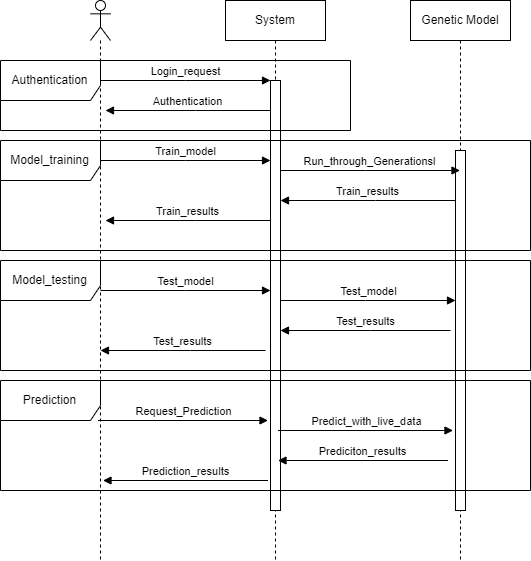
The draw.io diagram sequence.png in MGShahbazJahan/forex-genetic, before a commit. Source tidied: cells renumbered, new cells last; positions are measured from the earlier drawing's top-left corner, leaving out a move shared by most shapes.
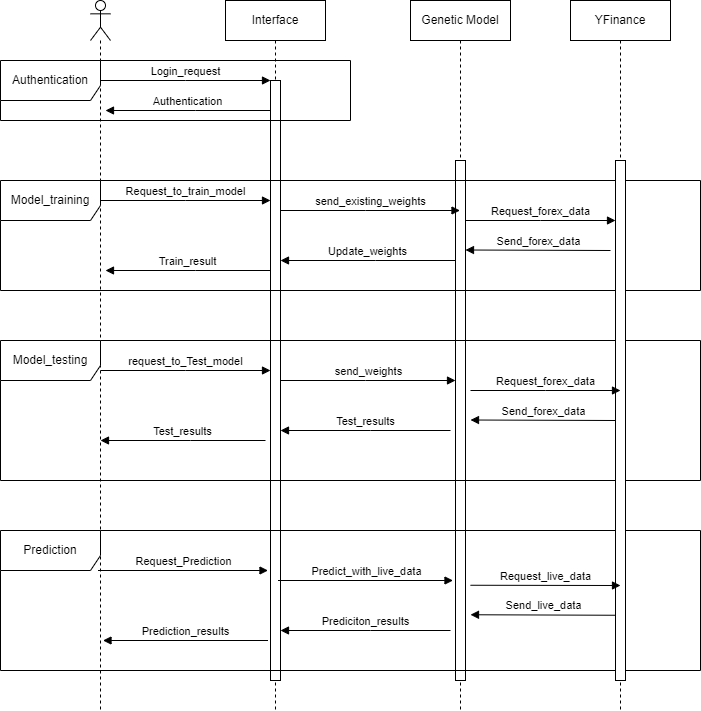
Later version of the same file.

Change to the diagram source:
```diff
@@ -2,11 +2,11 @@
   <root>
     <mxCell id="0" />
     <mxCell id="1" parent="0" />
-    <mxCell id="2" value="System" style="shape=umlLifeline;perimeter=lifelinePerimeter;whiteSpace=wrap;html=1;newEdgeStyle={&quot;edgeStyle&quot;:&quot;elbowEdgeStyle&quot;,&quot;elbow&quot;:&quot;vertical&quot;,&quot;curved&quot;:0,&quot;rounded&quot;:0};" parent="1" vertex="1">
-      <mxGeometry x="225" width="100" height="560" as="geometry" />
+    <mxCell id="2" value="Interface" style="shape=umlLifeline;perimeter=lifelinePerimeter;whiteSpace=wrap;html=1;newEdgeStyle={&quot;edgeStyle&quot;:&quot;elbowEdgeStyle&quot;,&quot;elbow&quot;:&quot;vertical&quot;,&quot;curved&quot;:0,&quot;rounded&quot;:0};" parent="1" vertex="1">
+      <mxGeometry x="225" width="100" height="710" as="geometry" />
     </mxCell>
     <mxCell id="3" style="html=1;points=[];perimeter=orthogonalPerimeter;outlineConnect=0;targetShapes=umlLifeline;portConstraint=eastwest;newEdgeStyle={&quot;edgeStyle&quot;:&quot;elbowEdgeStyle&quot;,&quot;elbow&quot;:&quot;vertical&quot;,&quot;curved&quot;:0,&quot;rounded&quot;:0};" parent="2" vertex="1">
-      <mxGeometry x="45" y="80" width="10" height="430" as="geometry" />
+      <mxGeometry x="45" y="80" width="10" height="600" as="geometry" />
     </mxCell>
     <mxCell id="4" value="Login_request" style="html=1;verticalAlign=bottom;endArrow=block;edgeStyle=elbowEdgeStyle;elbow=vertical;curved=0;rounded=0;" parent="1" edge="1" target="3">
       <mxGeometry relative="1" as="geometry">
@@ -26,130 +26,183 @@
       </mxGeometry>
     </mxCell>
     <mxCell id="6" value="Genetic Model" style="shape=umlLifeline;perimeter=lifelinePerimeter;whiteSpace=wrap;html=1;outlineConnect=0;portConstraint=eastwest;newEdgeStyle={&quot;edgeStyle&quot;:&quot;elbowEdgeStyle&quot;,&quot;elbow&quot;:&quot;vertical&quot;,&quot;curved&quot;:0,&quot;rounded&quot;:0};" parent="1" vertex="1">
-      <mxGeometry x="410" width="100" height="560" as="geometry" />
+      <mxGeometry x="410" width="100" height="710" as="geometry" />
     </mxCell>
     <mxCell id="7" style="html=1;points=[];perimeter=orthogonalPerimeter;outlineConnect=0;targetShapes=umlLifeline;portConstraint=eastwest;newEdgeStyle={&quot;edgeStyle&quot;:&quot;elbowEdgeStyle&quot;,&quot;elbow&quot;:&quot;vertical&quot;,&quot;curved&quot;:0,&quot;rounded&quot;:0};" parent="6" vertex="1">
-      <mxGeometry x="45" y="150" width="10" height="360" as="geometry" />
+      <mxGeometry x="45" y="160" width="10" height="520" as="geometry" />
     </mxCell>
     <mxCell id="8" style="shape=umlLifeline;perimeter=lifelinePerimeter;whiteSpace=wrap;html=1;newEdgeStyle={&quot;curved&quot;:0,&quot;rounded&quot;:0};participant=umlActor;" parent="1" vertex="1">
-      <mxGeometry x="90" width="20" height="560" as="geometry" />
+      <mxGeometry x="90" width="20" height="710" as="geometry" />
     </mxCell>
-    <mxCell id="9" value="Train_model" style="html=1;verticalAlign=bottom;endArrow=block;edgeStyle=elbowEdgeStyle;elbow=vertical;curved=0;rounded=0;" parent="1" edge="1">
+    <mxCell id="9" value="Request_to_train_model" style="html=1;verticalAlign=bottom;endArrow=block;edgeStyle=elbowEdgeStyle;elbow=vertical;curved=0;rounded=0;" parent="1" edge="1">
       <mxGeometry relative="1" as="geometry">
-        <mxPoint x="100" y="160" as="sourcePoint" />
-        <mxPoint x="270" y="160" as="targetPoint" />
+        <mxPoint x="100" y="200" as="sourcePoint" />
+        <mxPoint x="270" y="200" as="targetPoint" />
         <Array as="points">
-          <mxPoint x="185" y="160" />
+          <mxPoint x="185" y="200" />
         </Array>
       </mxGeometry>
     </mxCell>
-    <mxCell id="10" value="Train_results" style="html=1;verticalAlign=bottom;endArrow=block;edgeStyle=elbowEdgeStyle;elbow=horizontal;curved=0;rounded=0;" parent="1" edge="1">
+    <mxCell id="10" value="Train_result" style="html=1;verticalAlign=bottom;endArrow=block;edgeStyle=elbowEdgeStyle;elbow=horizontal;curved=0;rounded=0;" parent="1" edge="1">
       <mxGeometry relative="1" as="geometry">
-        <mxPoint x="270" y="220" as="sourcePoint" />
-        <mxPoint x="105" y="220" as="targetPoint" />
+        <mxPoint x="270" y="270" as="sourcePoint" />
+        <mxPoint x="105" y="270" as="targetPoint" />
         <Array as="points">
-          <mxPoint x="195" y="220" />
+          <mxPoint x="195" y="270" />
         </Array>
       </mxGeometry>
     </mxCell>
-    <mxCell id="11" value="Run_through_Generationsl" style="html=1;verticalAlign=bottom;endArrow=block;edgeStyle=elbowEdgeStyle;elbow=vertical;curved=0;rounded=0;" parent="1" edge="1" target="6">
+    <mxCell id="11" value="send_existing_weights" style="html=1;verticalAlign=bottom;endArrow=block;edgeStyle=elbowEdgeStyle;elbow=vertical;curved=0;rounded=0;" parent="1" edge="1">
       <mxGeometry relative="1" as="geometry">
-        <mxPoint x="280" y="170" as="sourcePoint" />
+        <mxPoint x="280" y="210" as="sourcePoint" />
+        <mxPoint x="459.5" y="210" as="targetPoint" />
         <Array as="points">
-          <mxPoint x="365" y="170" />
+          <mxPoint x="365" y="210" />
         </Array>
       </mxGeometry>
     </mxCell>
-    <mxCell id="12" value="Train_results" style="html=1;verticalAlign=bottom;endArrow=block;edgeStyle=elbowEdgeStyle;elbow=vertical;curved=0;rounded=0;" parent="1" edge="1" source="7" target="3">
+    <mxCell id="12" value="Update_weights" style="html=1;verticalAlign=bottom;endArrow=block;edgeStyle=elbowEdgeStyle;elbow=vertical;curved=0;rounded=0;" parent="1" edge="1">
       <mxGeometry relative="1" as="geometry">
+        <mxPoint x="455" y="260" as="sourcePoint" />
+        <mxPoint x="280" y="260" as="targetPoint" />
         <Array as="points">
-          <mxPoint x="375" y="200" />
+          <mxPoint x="375" y="260" />
         </Array>
       </mxGeometry>
     </mxCell>
-    <mxCell id="13" value="Test_model" style="html=1;verticalAlign=bottom;endArrow=block;edgeStyle=elbowEdgeStyle;elbow=vertical;curved=0;rounded=0;" parent="1" edge="1">
+    <mxCell id="13" value="request_to_Test_model" style="html=1;verticalAlign=bottom;endArrow=block;edgeStyle=elbowEdgeStyle;elbow=vertical;curved=0;rounded=0;" parent="1" edge="1">
       <mxGeometry relative="1" as="geometry">
-        <mxPoint x="100" y="290" as="sourcePoint" />
-        <mxPoint x="270" y="290" as="targetPoint" />
+        <mxPoint x="100" y="370" as="sourcePoint" />
+        <mxPoint x="270" y="370" as="targetPoint" />
         <Array as="points">
-          <mxPoint x="185" y="290" />
+          <mxPoint x="185" y="370" />
         </Array>
       </mxGeometry>
     </mxCell>
     <mxCell id="14" value="Test_results" style="html=1;verticalAlign=bottom;endArrow=block;edgeStyle=elbowEdgeStyle;elbow=horizontal;curved=0;rounded=0;" parent="1" edge="1">
       <mxGeometry relative="1" as="geometry">
-        <mxPoint x="265" y="350" as="sourcePoint" />
-        <mxPoint x="100" y="350" as="targetPoint" />
+        <mxPoint x="265" y="440" as="sourcePoint" />
+        <mxPoint x="100" y="440" as="targetPoint" />
         <Array as="points">
-          <mxPoint x="190" y="350" />
+          <mxPoint x="190" y="440" />
         </Array>
       </mxGeometry>
     </mxCell>
-    <mxCell id="15" value="Test_model" style="html=1;verticalAlign=bottom;endArrow=block;edgeStyle=elbowEdgeStyle;elbow=vertical;curved=0;rounded=0;" parent="1" edge="1">
+    <mxCell id="15" value="send_weights" style="html=1;verticalAlign=bottom;endArrow=block;edgeStyle=elbowEdgeStyle;elbow=horizontal;curved=0;rounded=0;" parent="1" edge="1">
       <mxGeometry relative="1" as="geometry">
-        <mxPoint x="280" y="300" as="sourcePoint" />
-        <mxPoint x="455" y="300" as="targetPoint" />
+        <mxPoint x="280" y="380" as="sourcePoint" />
+        <mxPoint x="455" y="380" as="targetPoint" />
         <Array as="points">
-          <mxPoint x="365" y="300" />
+          <mxPoint x="365" y="380" />
         </Array>
       </mxGeometry>
     </mxCell>
     <mxCell id="16" value="Test_results" style="html=1;verticalAlign=bottom;endArrow=block;edgeStyle=elbowEdgeStyle;elbow=horizontal;curved=0;rounded=0;" parent="1" edge="1">
       <mxGeometry relative="1" as="geometry">
-        <mxPoint x="450" y="330" as="sourcePoint" />
-        <mxPoint x="280" y="330" as="targetPoint" />
+        <mxPoint x="450" y="430" as="sourcePoint" />
+        <mxPoint x="280" y="430" as="targetPoint" />
         <Array as="points">
-          <mxPoint x="370" y="330" />
+          <mxPoint x="370" y="430" />
         </Array>
       </mxGeometry>
     </mxCell>
     <mxCell id="17" value="Request_Prediction" style="html=1;verticalAlign=bottom;endArrow=block;edgeStyle=elbowEdgeStyle;elbow=vertical;curved=0;rounded=0;" parent="1" edge="1">
       <mxGeometry relative="1" as="geometry">
-        <mxPoint x="97.5" y="420" as="sourcePoint" />
-        <mxPoint x="267.5" y="420" as="targetPoint" />
+        <mxPoint x="97.5" y="570" as="sourcePoint" />
+        <mxPoint x="267.5" y="570" as="targetPoint" />
         <Array as="points">
-          <mxPoint x="182.5" y="420" />
+          <mxPoint x="182.5" y="570" />
         </Array>
       </mxGeometry>
     </mxCell>
     <mxCell id="18" value="Prediction_results" style="html=1;verticalAlign=bottom;endArrow=block;edgeStyle=elbowEdgeStyle;elbow=horizontal;curved=0;rounded=0;" parent="1" edge="1">
       <mxGeometry relative="1" as="geometry">
-        <mxPoint x="267.5" y="480" as="sourcePoint" />
-        <mxPoint x="102.5" y="480" as="targetPoint" />
+        <mxPoint x="267.5" y="640" as="sourcePoint" />
+        <mxPoint x="102.5" y="640" as="targetPoint" />
         <Array as="points">
-          <mxPoint x="192.5" y="480" />
+          <mxPoint x="192.5" y="640" />
         </Array>
       </mxGeometry>
     </mxCell>
     <mxCell id="19" value="Predict_with_live_data" style="html=1;verticalAlign=bottom;endArrow=block;edgeStyle=elbowEdgeStyle;elbow=horizontal;curved=0;rounded=0;" parent="1" edge="1">
       <mxGeometry relative="1" as="geometry">
-        <mxPoint x="277.5" y="430" as="sourcePoint" />
-        <mxPoint x="452.5" y="430" as="targetPoint" />
+        <mxPoint x="277.5" y="580" as="sourcePoint" />
+        <mxPoint x="452.5" y="580" as="targetPoint" />
         <Array as="points">
-          <mxPoint x="362.5" y="430" />
+          <mxPoint x="362.5" y="580" />
         </Array>
       </mxGeometry>
     </mxCell>
     <mxCell id="20" value="Prediciton_results" style="html=1;verticalAlign=bottom;endArrow=block;edgeStyle=elbowEdgeStyle;elbow=vertical;curved=0;rounded=0;" parent="1" edge="1">
       <mxGeometry relative="1" as="geometry">
-        <mxPoint x="447.5" y="460" as="sourcePoint" />
-        <mxPoint x="277.5" y="460" as="targetPoint" />
+        <mxPoint x="450" y="630" as="sourcePoint" />
+        <mxPoint x="280" y="630" as="targetPoint" />
         <Array as="points">
-          <mxPoint x="367.5" y="460" />
+          <mxPoint x="370" y="630" />
         </Array>
       </mxGeometry>
     </mxCell>
     <mxCell id="21" value="Authentication" style="shape=umlFrame;whiteSpace=wrap;html=1;width=100;height=40;" parent="1" vertex="1">
-      <mxGeometry y="60" width="350" height="70" as="geometry" />
+      <mxGeometry y="60" width="350" height="60" as="geometry" />
     </mxCell>
     <mxCell id="22" value="Model_training" style="shape=umlFrame;whiteSpace=wrap;html=1;width=100;height=40;" parent="1" vertex="1">
-      <mxGeometry y="140" width="530" height="110" as="geometry" />
+      <mxGeometry y="180" width="700" height="110" as="geometry" />
     </mxCell>
     <mxCell id="23" value="Prediction" style="shape=umlFrame;whiteSpace=wrap;html=1;width=100;height=40;" parent="1" vertex="1">
-      <mxGeometry y="380" width="530" height="110" as="geometry" />
+      <mxGeometry y="530" width="700" height="140" as="geometry" />
     </mxCell>
     <mxCell id="24" value="Model_testing" style="shape=umlFrame;whiteSpace=wrap;html=1;width=100;height=40;" parent="1" vertex="1">
-      <mxGeometry y="260" width="530" height="110" as="geometry" />
+      <mxGeometry y="340" width="700" height="140" as="geometry" />
     </mxCell>
+    <mxCell id="25" value="YFinance" style="shape=umlLifeline;perimeter=lifelinePerimeter;whiteSpace=wrap;html=1;newEdgeStyle={&quot;edgeStyle&quot;:&quot;elbowEdgeStyle&quot;,&quot;elbow&quot;:&quot;vertical&quot;,&quot;curved&quot;:0,&quot;rounded&quot;:0};" parent="1" vertex="1">
+      <mxGeometry x="570" width="100" height="710" as="geometry" />
+    </mxCell>
+    <mxCell id="26" style="html=1;perimeter=orthogonalPerimeter;targetShapes=umlLifeline;newEdgeStyle={&quot;edgeStyle&quot;:&quot;elbowEdgeStyle&quot;,&quot;elbow&quot;:&quot;vertical&quot;,&quot;curved&quot;:0,&quot;rounded&quot;:0};" parent="25" vertex="1">
+      <mxGeometry x="45" y="160" width="10" height="520" as="geometry" />
+    </mxCell>
+    <mxCell id="27" value="Request_forex_data" style="html=1;verticalAlign=bottom;endArrow=block;edgeStyle=elbowEdgeStyle;elbow=vertical;curved=0;rounded=0;" parent="1" edge="1">
+      <mxGeometry relative="1" as="geometry">
+        <mxPoint x="465" y="220" as="sourcePoint" />
+        <mxPoint x="615" y="220" as="targetPoint" />
+      </mxGeometry>
+    </mxCell>
+    <mxCell id="28" value="Send_forex_data" style="html=1;verticalAlign=bottom;endArrow=block;edgeStyle=elbowEdgeStyle;elbow=vertical;curved=0;rounded=0;" parent="1" edge="1" target="7">
+      <mxGeometry relative="1" as="geometry">
+        <mxPoint x="610" y="250" as="sourcePoint" />
+        <Array as="points">
+          <mxPoint x="565" y="249.5" />
+        </Array>
+      </mxGeometry>
+    </mxCell>
+    <mxCell id="29" value="Request_forex_data" style="html=1;verticalAlign=bottom;endArrow=block;edgeStyle=elbowEdgeStyle;elbow=vertical;curved=0;rounded=0;" parent="1" edge="1">
+      <mxGeometry relative="1" as="geometry">
+        <mxPoint x="470" y="390" as="sourcePoint" />
+        <mxPoint x="620" y="390" as="targetPoint" />
+      </mxGeometry>
+    </mxCell>
+    <mxCell id="30" value="Send_forex_data" style="html=1;verticalAlign=bottom;endArrow=block;edgeStyle=elbowEdgeStyle;elbow=vertical;curved=0;rounded=0;" parent="1" edge="1">
+      <mxGeometry relative="1" as="geometry">
+        <mxPoint x="615" y="420" as="sourcePoint" />
+        <mxPoint x="470" y="420" as="targetPoint" />
+        <Array as="points">
+          <mxPoint x="570" y="419.5" />
+        </Array>
+      </mxGeometry>
+    </mxCell>
+    <mxCell id="31" value="Request_live_data" style="html=1;verticalAlign=bottom;endArrow=block;edgeStyle=elbowEdgeStyle;elbow=vertical;curved=0;rounded=0;" parent="1" edge="1">
+      <mxGeometry relative="1" as="geometry">
+        <mxPoint x="470" y="584.8" as="sourcePoint" />
+        <mxPoint x="620" y="584.8" as="targetPoint" />
+      </mxGeometry>
+    </mxCell>
+    <mxCell id="32" value="Send_live_data" style="html=1;verticalAlign=bottom;endArrow=block;edgeStyle=elbowEdgeStyle;elbow=vertical;curved=0;rounded=0;" parent="1" edge="1">
+      <mxGeometry relative="1" as="geometry">
+        <mxPoint x="615" y="614.8" as="sourcePoint" />
+        <mxPoint x="470" y="614.8" as="targetPoint" />
+        <Array as="points">
+          <mxPoint x="570" y="614.2" />
+        </Array>
+      </mxGeometry>
+    </mxCell>
   </root>
 </mxGraphModel>
```
